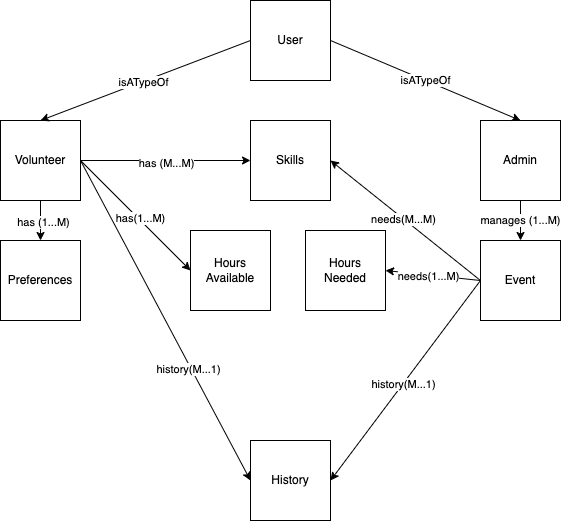
Above: diagrams/objectmodel.png in JREastonMarks/COSC6353 (draw.io), before the change. Source tidied: cells renumbered, new cells last; positions are measured from the earlier drawing's top-left corner, leaving out a move shared by most shapes. The source it was exported from:
```xml
<mxGraphModel>
  <root>
    <mxCell id="0" />
    <mxCell id="1" parent="0" />
    <mxCell id="2" style="edgeStyle=none;html=1;exitX=1;exitY=0.5;exitDx=0;exitDy=0;entryX=0;entryY=0.5;entryDx=0;entryDy=0;" parent="1" edge="1" source="10" target="11">
      <mxGeometry relative="1" as="geometry" />
    </mxCell>
    <mxCell id="3" value="has (M...M)" style="edgeLabel;html=1;align=center;verticalAlign=middle;" parent="2" vertex="1">
      <mxGeometry y="-2" relative="1" as="geometry" />
    </mxCell>
    <mxCell id="4" style="edgeStyle=none;html=1;exitX=1;exitY=0.5;exitDx=0;exitDy=0;entryX=0;entryY=0.5;entryDx=0;entryDy=0;" parent="1" edge="1" source="10" target="12">
      <mxGeometry relative="1" as="geometry" />
    </mxCell>
    <mxCell id="5" value="has(1...M)" style="edgeLabel;html=1;align=center;verticalAlign=middle;" parent="4" vertex="1">
      <mxGeometry x="0.07" y="1" relative="1" as="geometry" />
    </mxCell>
    <mxCell id="6" style="edgeStyle=none;html=1;exitX=0.5;exitY=1;exitDx=0;exitDy=0;entryX=0.5;entryY=0;entryDx=0;entryDy=0;" parent="1" edge="1" source="10" target="21">
      <mxGeometry relative="1" as="geometry" />
    </mxCell>
    <mxCell id="7" value="has (1...M)" style="edgeLabel;html=1;align=center;verticalAlign=middle;" parent="6" vertex="1">
      <mxGeometry x="0.05" y="2" relative="1" as="geometry" />
    </mxCell>
    <mxCell id="8" style="edgeStyle=none;html=1;exitX=1;exitY=0.5;exitDx=0;exitDy=0;entryX=0;entryY=0.5;entryDx=0;entryDy=0;" parent="1" edge="1" source="10" target="13">
      <mxGeometry relative="1" as="geometry" />
    </mxCell>
    <mxCell id="9" value="history(M...1)" style="edgeLabel;html=1;align=center;verticalAlign=middle;" parent="8" vertex="1">
      <mxGeometry x="0.3" y="-3" relative="1" as="geometry" />
    </mxCell>
    <mxCell id="10" value="Volunteer" style="whiteSpace=wrap;html=1;" parent="1" vertex="1">
      <mxGeometry y="120" width="80" height="80" as="geometry" />
    </mxCell>
    <mxCell id="11" value="Skills" style="whiteSpace=wrap;html=1;" parent="1" vertex="1">
      <mxGeometry x="250" y="120" width="80" height="80" as="geometry" />
    </mxCell>
    <mxCell id="12" value="Hours&lt;br&gt;Available" style="whiteSpace=wrap;html=1;" parent="1" vertex="1">
      <mxGeometry x="190" y="230" width="80" height="80" as="geometry" />
    </mxCell>
    <mxCell id="13" value="History" style="whiteSpace=wrap;html=1;" parent="1" vertex="1">
      <mxGeometry x="250" y="440" width="80" height="80" as="geometry" />
    </mxCell>
    <mxCell id="14" style="edgeStyle=none;html=1;exitX=0;exitY=0.5;exitDx=0;exitDy=0;entryX=1;entryY=0.5;entryDx=0;entryDy=0;" parent="1" edge="1" source="20" target="11">
      <mxGeometry relative="1" as="geometry" />
    </mxCell>
    <mxCell id="15" value="needs(M...M)" style="edgeLabel;html=1;align=center;verticalAlign=middle;" parent="14" vertex="1">
      <mxGeometry x="0.03" y="1" relative="1" as="geometry" />
    </mxCell>
    <mxCell id="16" style="edgeStyle=none;html=1;exitX=0;exitY=0.5;exitDx=0;exitDy=0;entryX=1;entryY=0.5;entryDx=0;entryDy=0;" parent="1" edge="1" source="20" target="13">
      <mxGeometry relative="1" as="geometry" />
    </mxCell>
    <mxCell id="17" value="history(M...1)" style="edgeLabel;html=1;align=center;verticalAlign=middle;" parent="16" vertex="1">
      <mxGeometry x="0.03" relative="1" as="geometry" />
    </mxCell>
    <mxCell id="18" style="edgeStyle=none;html=1;exitX=0;exitY=0.5;exitDx=0;exitDy=0;entryX=1;entryY=0.5;entryDx=0;entryDy=0;" parent="1" edge="1" source="20" target="28">
      <mxGeometry relative="1" as="geometry" />
    </mxCell>
    <mxCell id="19" value="needs(1...M)" style="edgeLabel;html=1;align=center;verticalAlign=middle;" parent="18" vertex="1">
      <mxGeometry x="0.12" y="1" relative="1" as="geometry" />
    </mxCell>
    <mxCell id="20" value="Event" style="whiteSpace=wrap;html=1;" parent="1" vertex="1">
      <mxGeometry x="480" y="240" width="80" height="80" as="geometry" />
    </mxCell>
    <mxCell id="21" value="Preferences" style="whiteSpace=wrap;html=1;" parent="1" vertex="1">
      <mxGeometry y="240" width="80" height="80" as="geometry" />
    </mxCell>
    <mxCell id="22" value="manages (1...M)" style="edgeStyle=none;html=1;exitX=0.5;exitY=1;exitDx=0;exitDy=0;entryX=0.5;entryY=0;entryDx=0;entryDy=0;" parent="1" edge="1" source="23" target="20">
      <mxGeometry relative="1" as="geometry" />
    </mxCell>
    <mxCell id="23" value="Admin" style="whiteSpace=wrap;html=1;" parent="1" vertex="1">
      <mxGeometry x="480" y="120" width="80" height="80" as="geometry" />
    </mxCell>
    <mxCell id="24" style="edgeStyle=none;html=1;exitX=0;exitY=0.5;exitDx=0;exitDy=0;entryX=0.5;entryY=0;entryDx=0;entryDy=0;" parent="1" edge="1" source="27" target="10">
      <mxGeometry relative="1" as="geometry" />
    </mxCell>
    <mxCell id="25" value="isATypeOf" style="edgeLabel;html=1;align=center;verticalAlign=middle;" parent="24" vertex="1">
      <mxGeometry x="0.02" y="1" relative="1" as="geometry" />
    </mxCell>
    <mxCell id="26" value="isATypeOf" style="edgeStyle=none;html=1;exitX=1;exitY=0.5;exitDx=0;exitDy=0;entryX=0.5;entryY=0;entryDx=0;entryDy=0;" parent="1" edge="1" source="27" target="23">
      <mxGeometry relative="1" as="geometry" />
    </mxCell>
    <mxCell id="27" value="User" style="whiteSpace=wrap;html=1;" parent="1" vertex="1">
      <mxGeometry x="250" width="80" height="80" as="geometry" />
    </mxCell>
    <mxCell id="28" value="Hours&lt;br&gt;Needed" style="whiteSpace=wrap;html=1;" parent="1" vertex="1">
      <mxGeometry x="305" y="230" width="80" height="80" as="geometry" />
    </mxCell>
  </root>
</mxGraphModel>
```
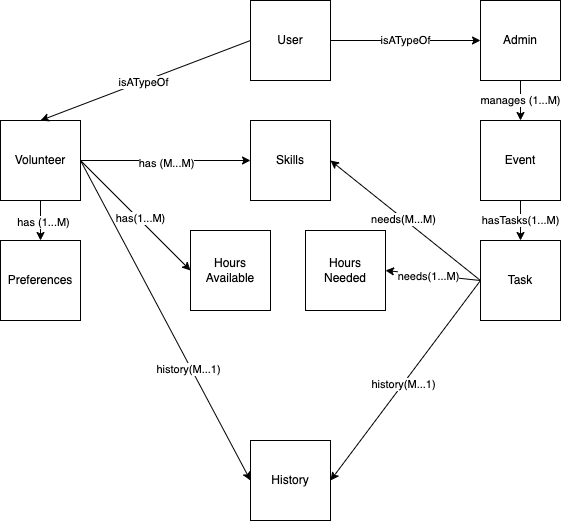
The same file after the commit.

What changed in the source:
```diff
@@ -56,16 +56,16 @@
     <mxCell id="19" value="needs(1...M)" style="edgeLabel;html=1;align=center;verticalAlign=middle;" parent="18" vertex="1">
       <mxGeometry x="0.12" y="1" relative="1" as="geometry" />
     </mxCell>
-    <mxCell id="20" value="Event" style="whiteSpace=wrap;html=1;" parent="1" vertex="1">
+    <mxCell id="20" value="Task" style="whiteSpace=wrap;html=1;" parent="1" vertex="1">
       <mxGeometry x="480" y="240" width="80" height="80" as="geometry" />
     </mxCell>
     <mxCell id="21" value="Preferences" style="whiteSpace=wrap;html=1;" parent="1" vertex="1">
       <mxGeometry y="240" width="80" height="80" as="geometry" />
     </mxCell>
-    <mxCell id="22" value="manages (1...M)" style="edgeStyle=none;html=1;exitX=0.5;exitY=1;exitDx=0;exitDy=0;entryX=0.5;entryY=0;entryDx=0;entryDy=0;" parent="1" edge="1" source="23" target="20">
-      <mxGeometry relative="1" as="geometry" />
-    </mxCell>
+    <mxCell id="29" value="hasTasks(1...M)" style="edgeStyle=none;html=1;exitX=0.5;exitY=1;exitDx=0;exitDy=0;entryX=0.5;entryY=0;entryDx=0;entryDy=0;" parent="1" edge="1" source="23" target="20">
+      <mxGeometry relative="1" as="geometry" />
+    </mxCell>
-    <mxCell id="23" value="Admin" style="whiteSpace=wrap;html=1;" parent="1" vertex="1">
+    <mxCell id="23" value="Event" style="whiteSpace=wrap;html=1;" parent="1" vertex="1">
       <mxGeometry x="480" y="120" width="80" height="80" as="geometry" />
     </mxCell>
     <mxCell id="24" style="edgeStyle=none;html=1;exitX=0;exitY=0.5;exitDx=0;exitDy=0;entryX=0.5;entryY=0;entryDx=0;entryDy=0;" parent="1" edge="1" source="27" target="10">
@@ -74,7 +74,7 @@
     <mxCell id="25" value="isATypeOf" style="edgeLabel;html=1;align=center;verticalAlign=middle;" parent="24" vertex="1">
       <mxGeometry x="0.02" y="1" relative="1" as="geometry" />
     </mxCell>
-    <mxCell id="26" value="isATypeOf" style="edgeStyle=none;html=1;exitX=1;exitY=0.5;exitDx=0;exitDy=0;entryX=0.5;entryY=0;entryDx=0;entryDy=0;" parent="1" edge="1" source="27" target="23">
+    <mxCell id="26" value="isATypeOf" style="edgeStyle=none;html=1;exitX=1;exitY=0.5;exitDx=0;exitDy=0;entryX=0;entryY=0.5;entryDx=0;entryDy=0;" parent="1" edge="1" source="27" target="30">
       <mxGeometry relative="1" as="geometry" />
     </mxCell>
     <mxCell id="27" value="User" style="whiteSpace=wrap;html=1;" parent="1" vertex="1">
@@ -83,5 +83,11 @@
     <mxCell id="28" value="Hours&lt;br&gt;Needed" style="whiteSpace=wrap;html=1;" parent="1" vertex="1">
       <mxGeometry x="305" y="230" width="80" height="80" as="geometry" />
     </mxCell>
+    <mxCell id="22" value="manages (1...M)" style="edgeStyle=none;html=1;exitX=0.5;exitY=1;exitDx=0;exitDy=0;entryX=0.5;entryY=0;entryDx=0;entryDy=0;" parent="1" edge="1" source="30" target="23">
+      <mxGeometry relative="1" as="geometry" />
+    </mxCell>
+    <mxCell id="30" value="Admin" style="whiteSpace=wrap;html=1;" parent="1" vertex="1">
+      <mxGeometry x="480" width="80" height="80" as="geometry" />
+    </mxCell>
   </root>
 </mxGraphModel>
```
